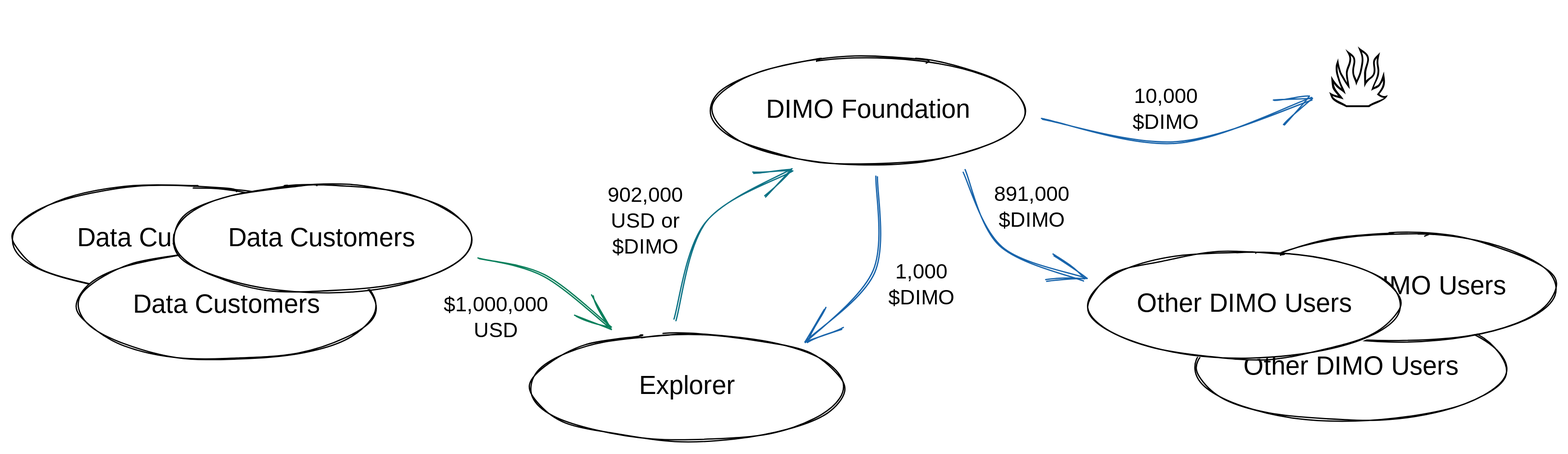
This is .gitbook/assets/file.drawing (2).svg from DIMO-Network/DIP, a Excalidraw export, as it was before one commit. Source tidied: one line per element, renumbered; positions are measured from the earlier drawing's top-left corner, leaving out a move shared by most shapes.
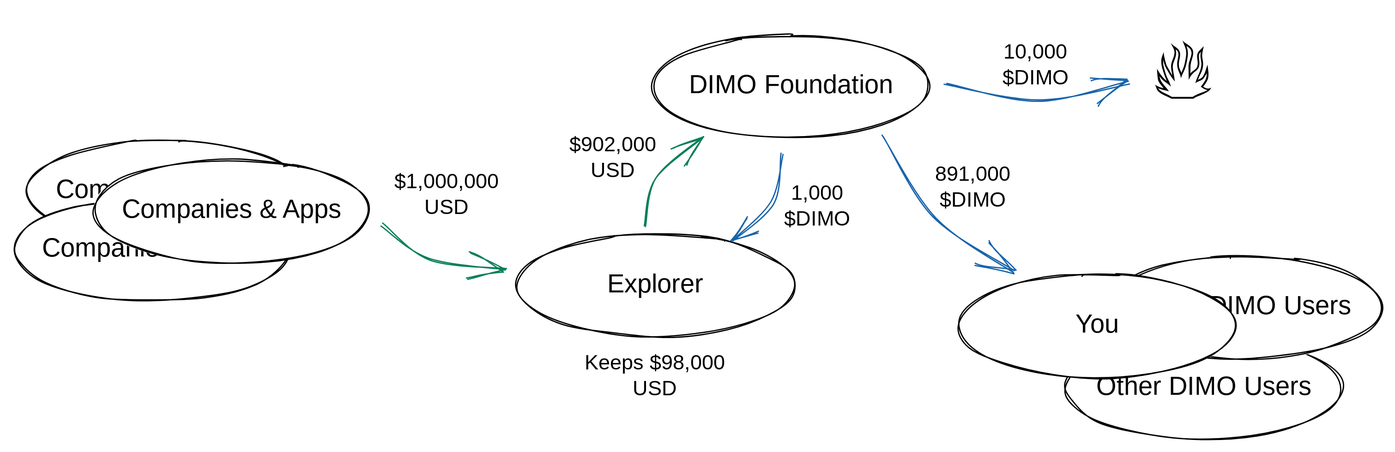
Later version of the same file.

What changed in the source:
```diff
@@ -1,27 +1,28 @@
-{"id": 0, "type": "ellipse", "strokeColor": "#000000", "backgroundColor": "#ffffff", "fillStyle": "solid", "strokeWidth": 1, "roughness": 1, "x": 0, "y": 133, "width": 244, "height": 83}
-{"id": 1, "type": "text", "text": "Data Customers", "strokeColor": "#000000", "strokeWidth": 1, "roughness": 1, "fontSize": 20, "fontFamily": 1, "textAlign": "center", "verticalAlign": "middle", "inside": 0, "x": 39, "y": 163, "width": 166, "height": 23}
-{"id": 2, "type": "ellipse", "strokeColor": "#000000", "backgroundColor": "#ffffff", "fillStyle": "solid", "strokeWidth": 1, "roughness": 1, "x": 50, "y": 185, "width": 231, "height": 83}
-{"id": 3, "type": "text", "text": "Data Customers", "strokeColor": "#000000", "strokeWidth": 1, "roughness": 1, "fontSize": 20, "fontFamily": 1, "textAlign": "center", "verticalAlign": "middle", "inside": 2, "x": 82, "y": 215, "width": 166, "height": 23}
-{"id": 4, "type": "ellipse", "strokeColor": "#000000", "backgroundColor": "#ffffff", "fillStyle": "solid", "strokeWidth": 1, "roughness": 1, "x": 123, "y": 133, "width": 231, "height": 83}
-{"id": 5, "type": "text", "text": "Data Customers", "strokeColor": "#000000", "strokeWidth": 1, "roughness": 1, "fontSize": 20, "fontFamily": 1, "textAlign": "center", "verticalAlign": "middle", "inside": 4, "x": 156, "y": 163, "width": 166, "height": 23}
-{"id": 6, "type": "ellipse", "strokeColor": "#000000", "backgroundColor": "#ffffff", "fillStyle": "solid", "strokeWidth": 1, "roughness": 1, "x": 540, "y": 34, "width": 242, "height": 83}
+{"id": 27, "type": "ellipse", "strokeColor": "#000000", "backgroundColor": "#ffffff", "fillStyle": "solid", "strokeWidth": 1, "roughness": 1, "x": -115, "y": 68, "width": 214, "height": 79}
+{"id": 28, "type": "text", "text": "Companies & Apps", "strokeColor": "#000000", "strokeWidth": 1, "roughness": 1, "fontSize": 20, "fontFamily": 1, "textAlign": "center", "verticalAlign": "middle", "inside": 27, "x": -95, "y": 96, "width": 175, "height": 23}
+{"id": 29, "type": "ellipse", "strokeColor": "#000000", "backgroundColor": "#ffffff", "fillStyle": "solid", "strokeWidth": 1, "roughness": 1, "x": -125, "y": 113, "width": 214, "height": 79}
+{"id": 30, "type": "text", "text": "Companies & Apps", "strokeColor": "#000000", "strokeWidth": 1, "roughness": 1, "fontSize": 20, "fontFamily": 1, "textAlign": "center", "verticalAlign": "middle", "inside": 29, "x": -106, "y": 141, "width": 175, "height": 23}
+{"id": 31, "type": "ellipse", "strokeColor": "#000000", "backgroundColor": "#ffffff", "fillStyle": "solid", "strokeWidth": 1, "roughness": 1, "x": -64, "y": 83, "width": 214, "height": 79}
+{"id": 32, "type": "text", "text": "Companies & Apps", "strokeColor": "#000000", "strokeWidth": 1, "roughness": 1, "fontSize": 20, "fontFamily": 1, "textAlign": "center", "verticalAlign": "middle", "inside": 31, "x": -44, "y": 111, "width": 175, "height": 23}
+{"id": 33, "type": "ellipse", "strokeColor": "#000000", "backgroundColor": "#ffffff", "fillStyle": "solid", "strokeWidth": 1, "roughness": 1, "x": 264, "y": 141, "width": 214, "height": 79}
+{"id": 9, "type": "text", "text": "Explorer", "strokeColor": "#000000", "backgroundColor": "#ffffff", "fillStyle": "solid", "strokeWidth": 1, "roughness": 1, "fontSize": 20, "fontFamily": 1, "textAlign": "center", "verticalAlign": "middle", "inside": 33, "x": 331, "y": 169, "width": 81, "height": 23}
+{"id": 34, "type": "ellipse", "strokeColor": "#000000", "backgroundColor": "#ffffff", "fillStyle": "solid", "strokeWidth": 1, "roughness": 1, "x": 370, "y": -13, "width": 214, "height": 79}
-{"id": 7, "type": "text", "text": "DIMO Foundation", "strokeColor": "#000000", "strokeWidth": 1, "roughness": 1, "fontSize": 20, "fontFamily": 1, "textAlign": "center", "verticalAlign": "middle", "inside": 6, "x": 576, "y": 64, "width": 172, "height": 23}
+{"id": 7, "type": "text", "text": "DIMO Foundation", "strokeColor": "#000000", "backgroundColor": "#ffffff", "fillStyle": "solid", "strokeWidth": 1, "roughness": 1, "fontSize": 20, "fontFamily": 1, "textAlign": "center", "verticalAlign": "middle", "inside": 34, "x": 391, "y": 15, "width": 172, "height": 23}
-{"id": 8, "type": "ellipse", "strokeColor": "#000000", "backgroundColor": "#ffffff", "fillStyle": "solid", "strokeWidth": 1, "roughness": 1, "x": 401, "y": 248, "width": 242, "height": 83}
-{"id": 9, "type": "text", "text": "Explorer", "strokeColor": "#000000", "strokeWidth": 1, "roughness": 1, "fontSize": 20, "fontFamily": 1, "textAlign": "center", "verticalAlign": "middle", "inside": 8, "x": 481, "y": 278, "width": 81, "height": 23}
-{"id": 10, "type": "ellipse", "strokeColor": "#000000", "backgroundColor": "#ffffff", "fillStyle": "solid", "strokeWidth": 1, "roughness": 1, "x": 914, "y": 233, "width": 242, "height": 83}
-{"id": 11, "type": "text", "text": "Other DIMO Users", "strokeColor": "#000000", "strokeWidth": 1, "roughness": 1, "fontSize": 20, "fontFamily": 1, "textAlign": "center", "verticalAlign": "middle", "inside": 10, "x": 941, "y": 262, "width": 189, "height": 23}
-{"id": 12, "type": "ellipse", "strokeColor": "#000000", "backgroundColor": "#ffffff", "fillStyle": "solid", "strokeWidth": 1, "roughness": 1, "x": 951, "y": 171, "width": 242, "height": 83}
-{"id": 13, "type": "text", "text": "Other DIMO Users", "strokeColor": "#000000", "strokeWidth": 1, "roughness": 1, "fontSize": 20, "fontFamily": 1, "textAlign": "center", "verticalAlign": "middle", "inside": 12, "x": 978, "y": 200, "width": 189, "height": 23}
-{"id": 14, "type": "ellipse", "strokeColor": "#000000", "backgroundColor": "#ffffff", "fillStyle": "solid", "strokeWidth": 1, "roughness": 1, "x": 832, "y": 184, "width": 242, "height": 83}
-{"id": 15, "type": "text", "text": "Other DIMO Users", "strokeColor": "#000000", "strokeWidth": 1, "roughness": 1, "fontSize": 20, "fontFamily": 1, "textAlign": "center", "verticalAlign": "middle", "inside": 14, "x": 858, "y": 214, "width": 189, "height": 23}
+{"id": 35, "type": "ellipse", "strokeColor": "#000000", "backgroundColor": "#ffffff", "fillStyle": "solid", "strokeWidth": 1, "roughness": 1, "x": 689, "y": 220, "width": 214, "height": 79}
+{"id": 36, "type": "text", "text": "Other DIMO Users", "strokeColor": "#000000", "backgroundColor": "#ffffff", "fillStyle": "solid", "strokeWidth": 1, "roughness": 1, "fontSize": 20, "fontFamily": 1, "textAlign": "center", "verticalAlign": "middle", "inside": 35, "x": 701, "y": 248, "width": 189, "height": 23}
+{"id": 37, "type": "ellipse", "strokeColor": "#000000", "backgroundColor": "#ffffff", "fillStyle": "solid", "strokeWidth": 1, "roughness": 1, "x": 720, "y": 158, "width": 214, "height": 79}
+{"id": 38, "type": "text", "text": "Other DIMO Users", "strokeColor": "#000000", "backgroundColor": "#ffffff", "fillStyle": "solid", "strokeWidth": 1, "roughness": 1, "fontSize": 20, "fontFamily": 1, "textAlign": "center", "verticalAlign": "middle", "inside": 37, "x": 732, "y": 186, "width": 189, "height": 23}
+{"id": 39, "type": "ellipse", "strokeColor": "#000000", "backgroundColor": "#ffffff", "fillStyle": "solid", "strokeWidth": 1, "roughness": 1, "x": 606, "y": 172, "width": 214, "height": 79}
+{"id": 40, "type": "text", "text": "You", "strokeColor": "#000000", "backgroundColor": "#ffffff", "fillStyle": "solid", "strokeWidth": 1, "roughness": 1, "fontSize": 20, "fontFamily": 1, "textAlign": "center", "verticalAlign": "middle", "inside": 39, "x": 696, "y": 200, "width": 35, "height": 23}
-{"id": 16, "type": "text", "text": "🔥", "strokeColor": "#000000", "backgroundColor": "#ffffff", "fillStyle": "solid", "strokeWidth": 1, "roughness": 1, "fontSize": 68.22, "fontFamily": 1, "x": 1016, "y": 0, "width": 82, "height": 99}
+{"id": 16, "type": "text", "text": "🔥", "strokeColor": "#000000", "backgroundColor": "#ffffff", "fillStyle": "solid", "strokeWidth": 1, "roughness": 1, "fontSize": 65.41, "fontFamily": 1, "x": 755, "y": -31, "width": 72, "height": 92}
-{"id": 17, "type": "arrow", "strokeColor": "#087f5b", "backgroundColor": "#ffffff", "fillStyle": "solid", "strokeWidth": 1, "roughness": 1, "endArrowhead": "arrow", "from": 4, "to": 8, "x": 359, "y": 189, "width": 103, "height": 54, "points": [[0, 0], [52, 14], [103, 54]]}
-{"id": 18, "type": "arrow", "strokeColor": "#0b7285", "backgroundColor": "#ffffff", "fillStyle": "solid", "strokeWidth": 1, "roughness": 1, "endArrowhead": "arrow", "from": 8, "to": 6, "x": 513, "y": 238, "width": 90, "height": 117, "points": [[0, 0], [24, -77], [90, -117]]}
-{"id": 19, "type": "arrow", "strokeColor": "#1864ab", "backgroundColor": "#ffffff", "fillStyle": "solid", "strokeWidth": 1, "roughness": 1, "endArrowhead": "arrow", "from": 6, "to": 8, "x": 668, "y": 126, "width": 55, "height": 127, "points": [[0, 0], [-1, 74], [-55, 127]]}
-{"id": 20, "type": "arrow", "strokeColor": "#1864ab", "backgroundColor": "#ffffff", "fillStyle": "solid", "strokeWidth": 1, "roughness": 1, "endArrowhead": "arrow", "from": 6, "to": 14, "x": 737, "y": 122, "width": 93, "height": 85, "points": [[0, 0], [27, 58], [93, 85]]}
-{"id": 21, "type": "arrow", "strokeColor": "#1864ab", "backgroundColor": "#ffffff", "fillStyle": "solid", "strokeWidth": 1, "roughness": 1, "endArrowhead": "arrow", "from": 6, "to": 16, "x": 795, "y": 81, "width": 209, "height": 33, "points": [[0, 0], [104, 18], [209, -15]]}
+{"id": 41, "type": "arrow", "strokeColor": "#087f5b", "backgroundColor": "#ffffff", "fillStyle": "solid", "strokeWidth": 1, "roughness": 1, "endArrowhead": "arrow", "from": 22, "to": 33, "x": 160, "y": 133, "width": 97, "height": 35, "points": [[0, 0], [37, 27], [97, 35]]}
-{"id": 22, "type": "text", "text": "$1,000,000\nUSD", "strokeColor": "#000000", "backgroundColor": "#ffffff", "fillStyle": "solid", "strokeWidth": 1, "roughness": 1, "fontSize": 16, "fontFamily": 1, "textAlign": "center", "x": 328, "y": 216, "width": 92, "height": 40}
+{"id": 22, "type": "text", "text": "$1,000,000\nUSD", "strokeColor": "#000000", "backgroundColor": "#ffffff", "fillStyle": "solid", "strokeWidth": 1, "roughness": 1, "fontSize": 16, "fontFamily": 1, "textAlign": "center", "x": 164, "y": 91, "width": 92, "height": 40}
-{"id": 23, "type": "text", "text": "902,000\nUSD or\n$DIMO", "strokeColor": "#000000", "backgroundColor": "#ffffff", "fillStyle": "solid", "strokeWidth": 1, "roughness": 1, "fontSize": 16, "fontFamily": 1, "textAlign": "center", "x": 454, "y": 132, "width": 70, "height": 60}
+{"id": 42, "type": "arrow", "strokeColor": "#087f5b", "backgroundColor": "#ffffff", "fillStyle": "solid", "strokeWidth": 1, "roughness": 1, "endArrowhead": "arrow", "from": 33, "to": 34, "x": 363, "y": 134, "width": 46, "height": 69, "points": [[0, 0], [9, -37], [46, -69]]}
+{"id": 43, "type": "arrow", "strokeColor": "#1864ab", "backgroundColor": "#ffffff", "fillStyle": "solid", "strokeWidth": 1, "roughness": 1, "endArrowhead": "arrow", "from": 34, "to": 33, "x": 470, "y": 79, "width": 38, "height": 66, "points": [[0, 0], [-9, 37], [-38, 66]]}
+{"id": 44, "type": "arrow", "strokeColor": "#1864ab", "backgroundColor": "#ffffff", "fillStyle": "solid", "strokeWidth": 1, "roughness": 1, "endArrowhead": "arrow", "from": 34, "to": 39, "x": 547, "y": 65, "width": 102, "height": 103, "points": [[0, 0], [40, 63], [102, 103]]}
+{"id": 45, "type": "arrow", "strokeColor": "#1864ab", "backgroundColor": "#ffffff", "fillStyle": "solid", "strokeWidth": 1, "roughness": 1, "endArrowhead": "arrow", "from": 34, "to": 16, "x": 595, "y": 24, "width": 144, "height": 14, "points": [[0, 0], [72, 14], [144, 0]]}
+{"id": 46, "type": "text", "text": "$902,000\nUSD", "strokeColor": "#000000", "backgroundColor": "#ffffff", "fillStyle": "solid", "strokeWidth": 1, "roughness": 1, "fontSize": 16, "fontFamily": 1, "textAlign": "center", "x": 297, "y": 63, "width": 83, "height": 40}
+{"id": 47, "type": "text", "text": "Keeps $98,000\nUSD", "strokeColor": "#000000", "backgroundColor": "#ffffff", "fillStyle": "solid", "strokeWidth": 1, "roughness": 1, "fontSize": 16, "fontFamily": 1, "textAlign": "center", "x": 308, "y": 232, "width": 125, "height": 40}
-{"id": 24, "type": "text", "text": "1,000\n$DIMO", "strokeColor": "#000000", "backgroundColor": "#ffffff", "fillStyle": "solid", "strokeWidth": 1, "roughness": 1, "fontSize": 16, "fontFamily": 1, "textAlign": "center", "x": 673, "y": 191, "width": 60, "height": 40}
+{"id": 24, "type": "text", "text": "1,000\n$DIMO", "strokeColor": "#000000", "backgroundColor": "#ffffff", "fillStyle": "solid", "strokeWidth": 1, "roughness": 1, "fontSize": 16, "fontFamily": 1, "textAlign": "center", "x": 467, "y": 100, "width": 60, "height": 40}
-{"id": 25, "type": "text", "text": "891,000\n$DIMO", "strokeColor": "#000000", "backgroundColor": "#ffffff", "fillStyle": "solid", "strokeWidth": 1, "roughness": 1, "fontSize": 16, "fontFamily": 1, "textAlign": "center", "x": 756, "y": 131, "width": 64, "height": 40}
+{"id": 25, "type": "text", "text": "891,000\n$DIMO", "strokeColor": "#000000", "backgroundColor": "#ffffff", "fillStyle": "solid", "strokeWidth": 1, "roughness": 1, "fontSize": 16, "fontFamily": 1, "textAlign": "center", "x": 585, "y": 85, "width": 64, "height": 40}
-{"id": 26, "type": "text", "text": "10,000\n$DIMO", "strokeColor": "#000000", "backgroundColor": "#ffffff", "fillStyle": "solid", "strokeWidth": 1, "roughness": 1, "fontSize": 16, "fontFamily": 1, "textAlign": "center", "x": 862, "y": 56, "width": 60, "height": 40}
+{"id": 26, "type": "text", "text": "10,000\n$DIMO", "strokeColor": "#000000", "backgroundColor": "#ffffff", "fillStyle": "solid", "strokeWidth": 1, "roughness": 1, "fontSize": 16, "fontFamily": 1, "textAlign": "center", "x": 636, "y": -9, "width": 60, "height": 40}
```
